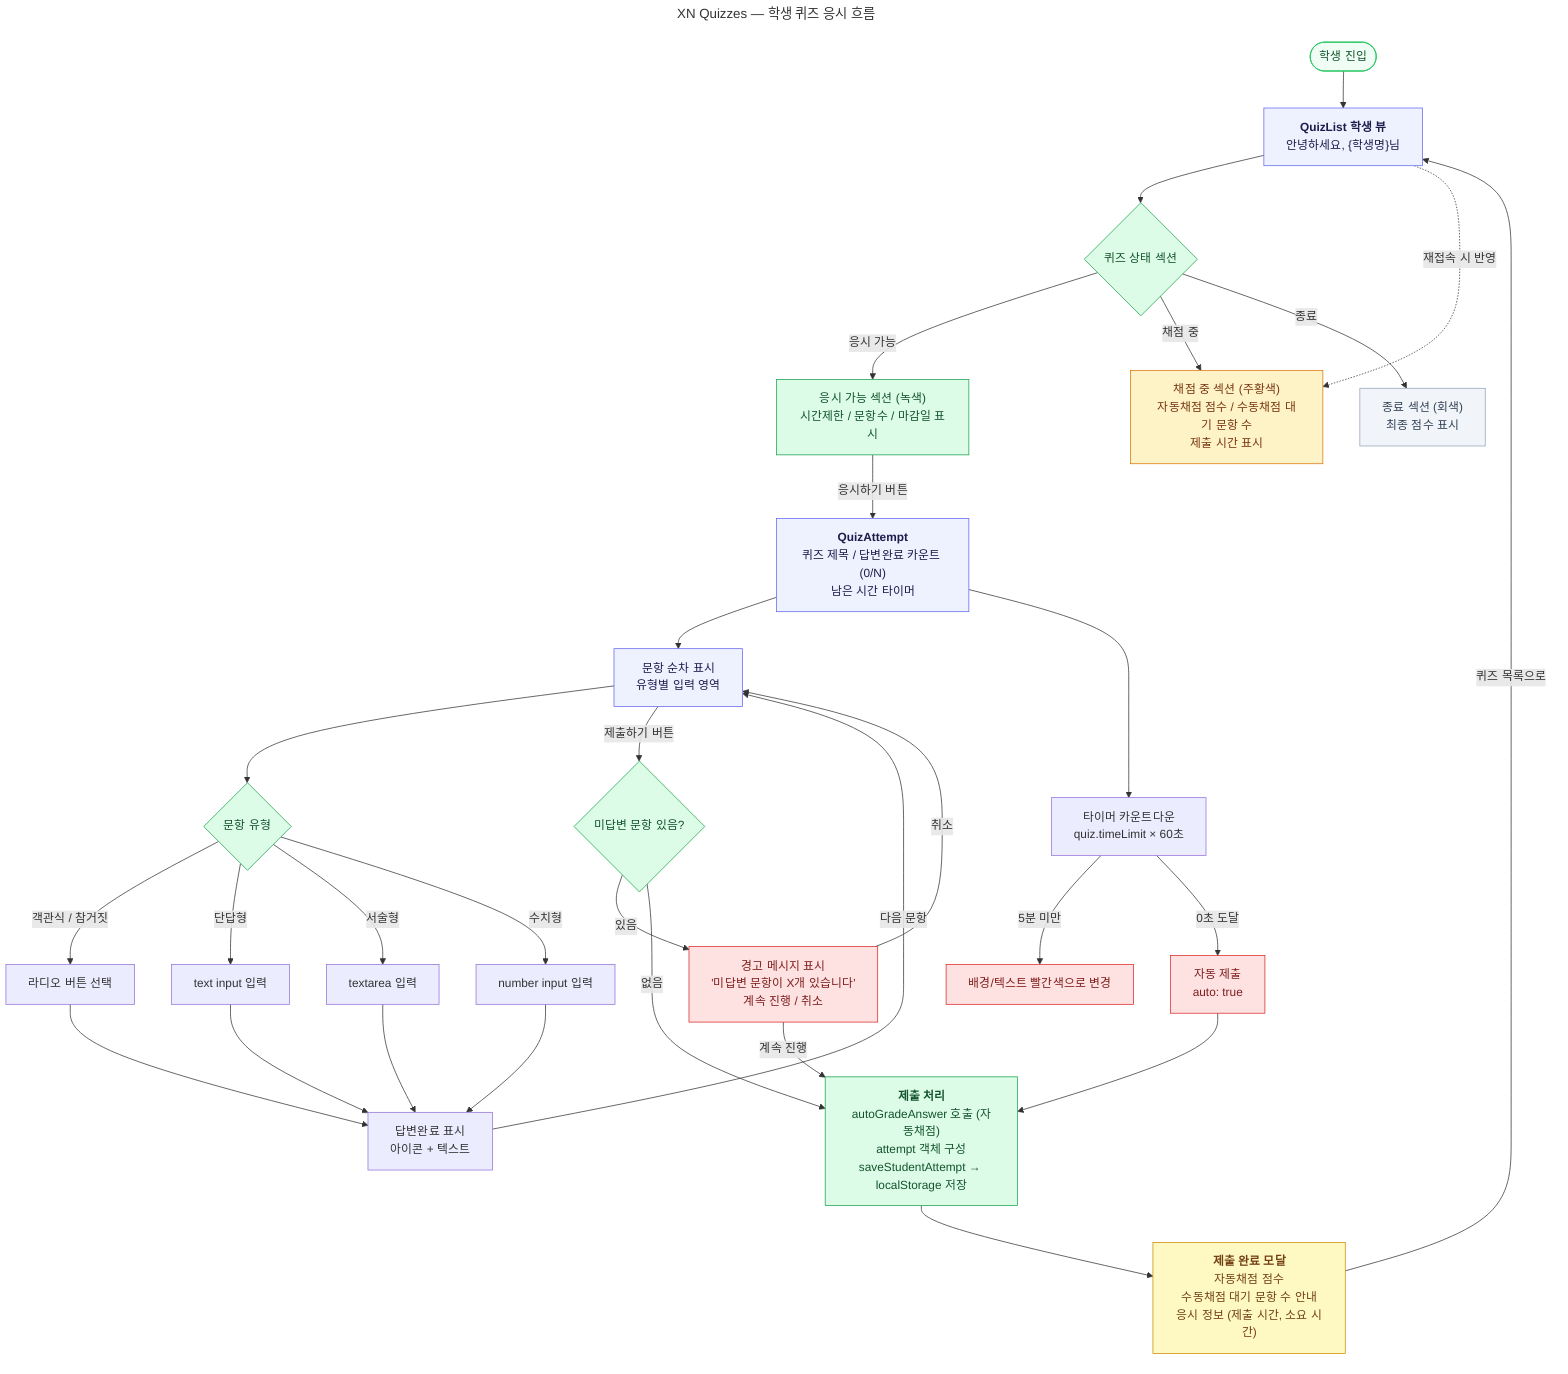
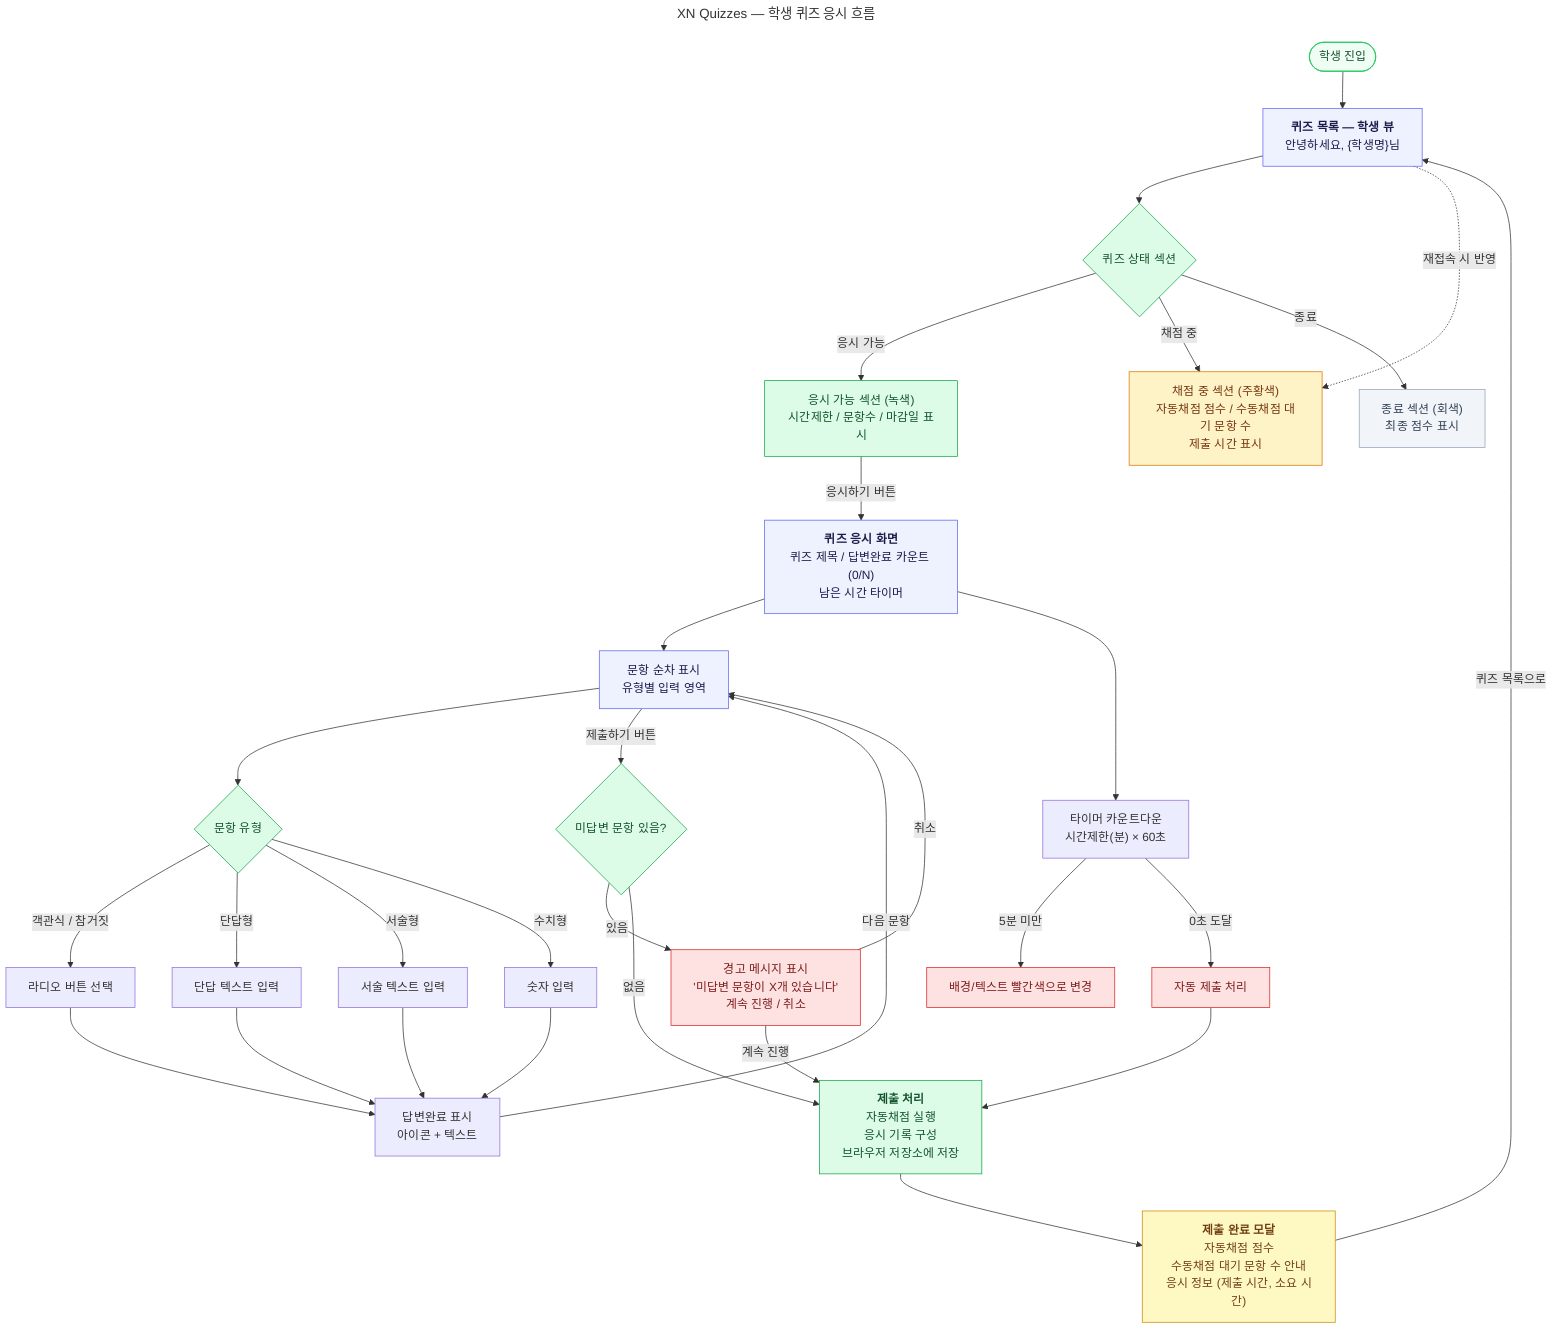
---
title: XN Quizzes — 학생 퀴즈 응시 흐름
---
flowchart TD
-     START([학생 진입]) --> QL["`**QuizList 학생 뷰**
+     START([학생 진입]) --> QL["`**퀴즈 목록 — 학생 뷰**
    안녕하세요, {학생명}님`"]

    QL --> SEC{퀴즈 상태 섹션}
    SEC -->|응시 가능| SEC_OPEN["`응시 가능 섹션 (녹색)
    시간제한 / 문항수 / 마감일 표시`"]
    SEC -->|채점 중| SEC_GRADING["`채점 중 섹션 (주황색)
    자동채점 점수 / 수동채점 대기 문항 수
    제출 시간 표시`"]
    SEC -->|종료| SEC_CLOSED["`종료 섹션 (회색)
    최종 점수 표시`"]

-     SEC_OPEN -->|응시하기 버튼| QA["`**QuizAttempt**
+     SEC_OPEN -->|응시하기 버튼| QA["`**퀴즈 응시 화면**
    퀴즈 제목 / 답변완료 카운트 (0/N)
    남은 시간 타이머`"]

    %% ── 응시 중 ─────────────────────────────────
    QA --> ANS_LOOP["`문항 순차 표시
    유형별 입력 영역`"]

    ANS_LOOP --> Q_TYPE{문항 유형}
    Q_TYPE -->|객관식 / 참거짓| INPUT_RADIO["`라디오 버튼 선택`"]
-     Q_TYPE -->|단답형| INPUT_TEXT["`text input 입력`"]
-     Q_TYPE -->|서술형| INPUT_TEXTAREA["`textarea 입력`"]
-     Q_TYPE -->|수치형| INPUT_NUMBER["`number input 입력`"]
+     Q_TYPE -->|단답형| INPUT_TEXT["`단답 텍스트 입력`"]
+     Q_TYPE -->|서술형| INPUT_TEXTAREA["`서술 텍스트 입력`"]
+     Q_TYPE -->|수치형| INPUT_NUMBER["`숫자 입력`"]

    INPUT_RADIO    --> ANSWERED["`답변완료 표시
    아이콘 + 텍스트`"]
    INPUT_TEXT     --> ANSWERED
    INPUT_TEXTAREA --> ANSWERED
    INPUT_NUMBER   --> ANSWERED

    ANSWERED -->|다음 문항| ANS_LOOP

    %% ── 타이머 경고 ──────────────────────────────
    QA --> TIMER["`타이머 카운트다운
-     quiz.timeLimit × 60초`"]
+     시간제한(분) × 60초`"]
    TIMER -->|5분 미만| TIMER_WARN["`배경/텍스트 빨간색으로 변경`"]
-     TIMER -->|0초 도달| AUTO_SUBMIT["`자동 제출
-     auto: true`"]
+     TIMER -->|0초 도달| AUTO_SUBMIT["`자동 제출 처리`"]

    %% ── 제출 흐름 ────────────────────────────────
    ANS_LOOP -->|제출하기 버튼| CHECK_UNANSWERED{미답변 문항 있음?}
    CHECK_UNANSWERED -->|있음| WARN["`경고 메시지 표시
    '미답변 문항이 X개 있습니다'
    계속 진행 / 취소`"]
    WARN -->|계속 진행| SUBMIT
    WARN -->|취소| ANS_LOOP
    CHECK_UNANSWERED -->|없음| SUBMIT

    AUTO_SUBMIT --> SUBMIT

    SUBMIT["`**제출 처리**
-     autoGradeAnswer 호출 (자동채점)
-     attempt 객체 구성
-     saveStudentAttempt → localStorage 저장`"]
+     자동채점 실행
+     응시 기록 구성
+     브라우저 저장소에 저장`"]

    SUBMIT --> RESULT_MODAL["`**제출 완료 모달**
    자동채점 점수
    수동채점 대기 문항 수 안내
    응시 정보 (제출 시간, 소요 시간)`"]

    RESULT_MODAL -->|퀴즈 목록으로| QL

    %% ── 제출 후 목록 상태 변화 ──────────────────
    QL -.->|재접속 시 반영| SEC_GRADING

    %% ── 스타일 ───────────────────────────────────
    style QL             fill:#EEF2FF,stroke:#6366F1,color:#1e1b4b
    style QA             fill:#EEF2FF,stroke:#6366F1,color:#1e1b4b
    style ANS_LOOP       fill:#EEF2FF,stroke:#6366F1,color:#1e1b4b
    style RESULT_MODAL   fill:#FEF9C3,stroke:#CA8A04,color:#713f12
    style WARN           fill:#FEE2E2,stroke:#DC2626,color:#7f1d1d
    style TIMER_WARN     fill:#FEE2E2,stroke:#DC2626,color:#7f1d1d
    style AUTO_SUBMIT    fill:#FEE2E2,stroke:#DC2626,color:#7f1d1d
    style SUBMIT         fill:#DCFCE7,stroke:#16A34A,color:#14532d
    style CHECK_UNANSWERED fill:#DCFCE7,stroke:#16A34A,color:#14532d
    style Q_TYPE         fill:#DCFCE7,stroke:#16A34A,color:#14532d
    style SEC            fill:#DCFCE7,stroke:#16A34A,color:#14532d
    style SEC_OPEN       fill:#DCFCE7,stroke:#16A34A,color:#14532d
    style SEC_GRADING    fill:#FEF3C7,stroke:#D97706,color:#78350f
    style SEC_CLOSED     fill:#F1F5F9,stroke:#94A3B8,color:#334155
    style START          fill:#F0FDF4,stroke:#22C55E,color:#14532d
